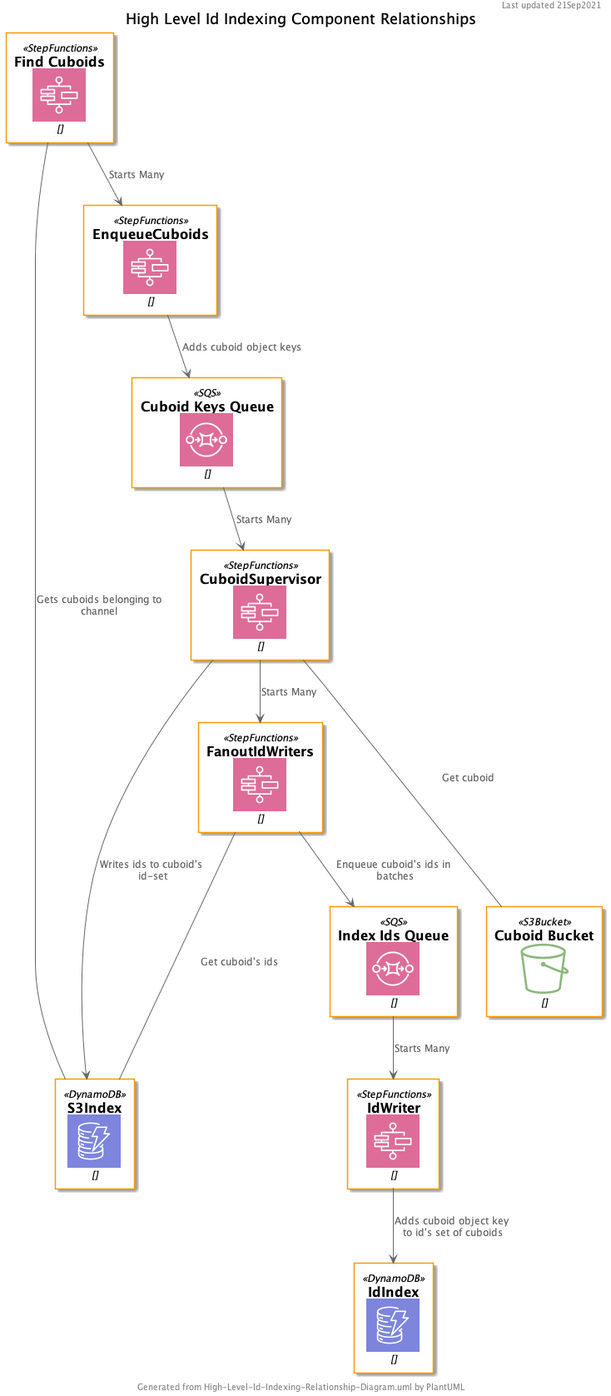
Above: docs/object_indexing/High-Level-Id-Indexing-Relationship-Diagram.png in jhuapl-boss/boss-manage (PlantUML), before the change.
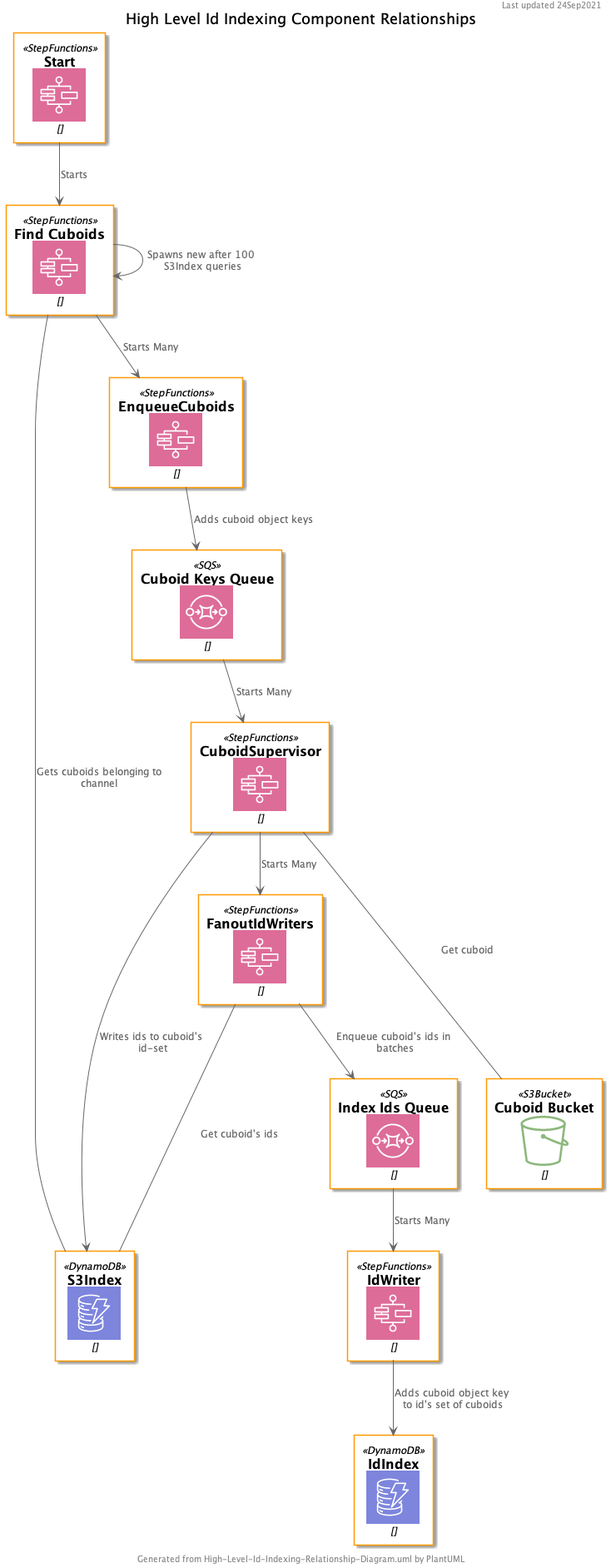
After the commit.

The edit, as a diff of the source:
```diff
@@ -1,6 +1,6 @@
 @startuml
 title  "High Level Id Indexing Component Relationships"
-header Last updated 21Sep2021
+header Last updated 24Sep2021
 footer Generated from High-Level-Id-Indexing-Relationship-Diagram.uml by PlantUML
 
 !include <awslib/AWSCommon>
@@ -11,6 +11,7 @@
 
 DynamoDB(S3Index, "S3Index", "")
 DynamoDB(IdIndex, "IdIndex", "")
+StepFunctions(Start, "Start", "")
 StepFunctions(FindCuboids, "Find Cuboids", "")
 StepFunctions(EnqueueCuboids, "EnqueueCuboids", "")
 SQS(CuboidSqs, "Cuboid Keys Queue", "")
@@ -20,7 +21,9 @@
 StepFunctions(IdWriter, "IdWriter", "")
 S3Bucket(CuboidBucket, "Cuboid Bucket", "")
 
+Start --> FindCuboids : Starts
 FindCuboids --> EnqueueCuboids : Starts Many
+FindCuboids --> FindCuboids : Spawns new after 100 S3Index queries
 FindCuboids --- S3Index : Gets cuboids belonging to channel
 EnqueueCuboids --> CuboidSqs : Adds cuboid object keys
 CuboidSqs --> CuboidSupervisor : Starts Many
```
